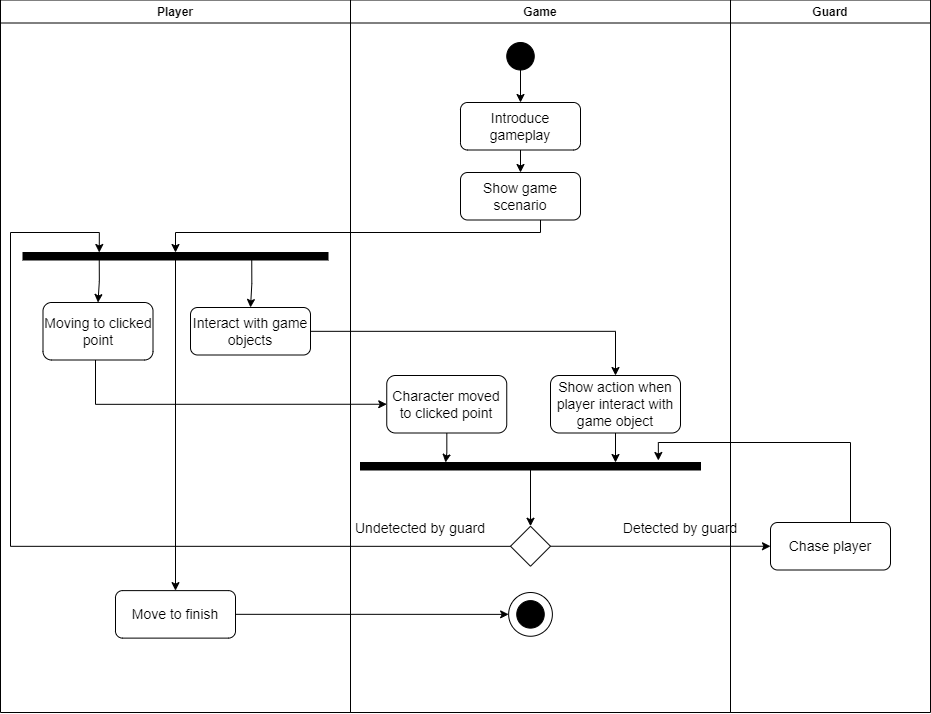
johannfac/A-Lone-Burglar keeps this draw.io diagram as activity diagram.png. Above is the earlier version. Source tidied: cells renumbered, new cells last; positions are measured from the earlier drawing's top-left corner, leaving out a move shared by most shapes.
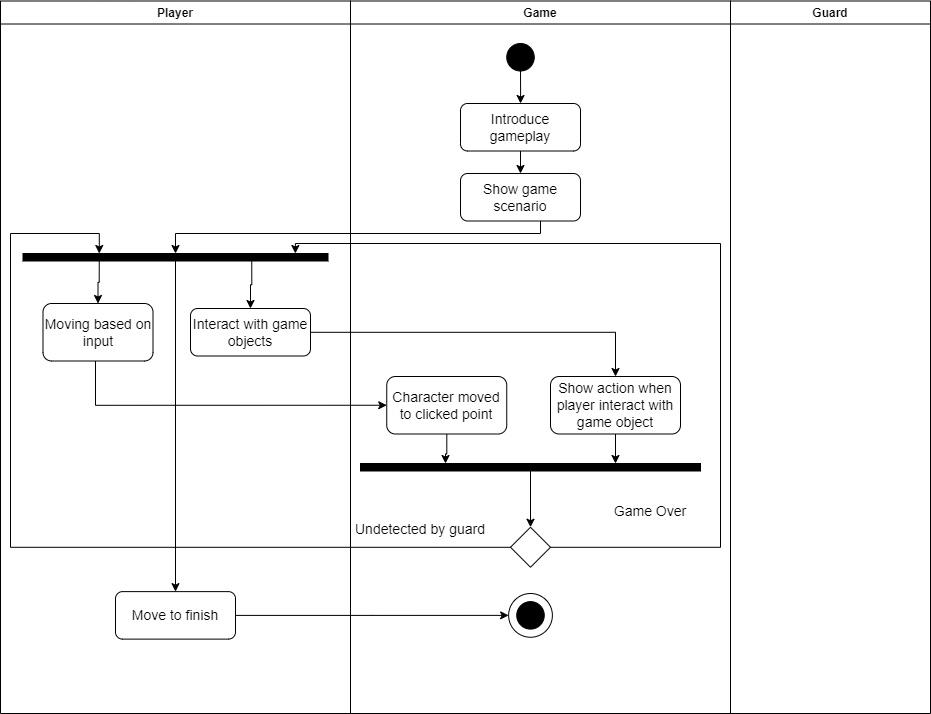
After the change.

Change to the diagram source:
```diff
@@ -5,7 +5,7 @@
     <mxCell id="2" value="Player" style="swimlane;fillColor=#FFFFFF;" parent="1" vertex="1">
       <mxGeometry y="-0.5" width="350" height="712.5" as="geometry" />
     </mxCell>
-    <mxCell id="3" value="&lt;font style=&quot;font-size: 14px;&quot;&gt;Moving to clicked point&lt;/font&gt;" style="rounded=1;whiteSpace=wrap;html=1;fillColor=#FFFFFF;" parent="2" vertex="1">
+    <mxCell id="3" value="&lt;font style=&quot;font-size: 14px;&quot;&gt;Moving based on input&lt;/font&gt;" style="rounded=1;whiteSpace=wrap;html=1;fillColor=#FFFFFF;" parent="2" vertex="1">
       <mxGeometry x="42.5" y="302.5" width="110" height="57.5" as="geometry" />
     </mxCell>
     <mxCell id="4" style="rounded=0;whiteSpace=wrap;html=1;fillColor=#000000;" parent="2" vertex="1">
@@ -63,8 +63,8 @@
     <mxCell id="20" value="&lt;font style=&quot;font-size: 14px;&quot;&gt;Character moved to clicked point&lt;/font&gt;" style="rounded=1;whiteSpace=wrap;html=1;fillColor=#FFFFFF;" parent="10" vertex="1">
       <mxGeometry x="36.2" y="375.5" width="120" height="57.5" as="geometry" />
     </mxCell>
-    <mxCell id="21" value="&lt;font style=&quot;font-size: 14px;&quot;&gt;Detected by guard&lt;/font&gt;" style="text;html=1;strokeColor=none;fillColor=none;align=center;verticalAlign=middle;whiteSpace=wrap;rounded=0;" parent="10" vertex="1">
-      <mxGeometry x="260" y="512.5" width="140" height="32.5" as="geometry" />
+    <mxCell id="21" value="&lt;font style=&quot;font-size: 14px;&quot;&gt;Game Over&lt;/font&gt;" style="text;html=1;strokeColor=none;fillColor=none;align=center;verticalAlign=middle;whiteSpace=wrap;rounded=0;" parent="10" vertex="1">
+      <mxGeometry x="230" y="493.8" width="140" height="32.5" as="geometry" />
     </mxCell>
     <mxCell id="22" style="rhombus;whiteSpace=wrap;html=1;fillColor=#FFFFFF;" parent="10" vertex="1">
       <mxGeometry x="160" y="526.2" width="40" height="40" as="geometry" />
@@ -84,9 +84,6 @@
     <mxCell id="27" value="Guard" style="swimlane;fillColor=#FFFFFF;" parent="1" vertex="1">
       <mxGeometry x="730" y="-0.5" width="200" height="712.5" as="geometry" />
     </mxCell>
-    <mxCell id="28" value="&lt;font style=&quot;font-size: 14px;&quot;&gt;Chase player&lt;/font&gt;" style="rounded=1;whiteSpace=wrap;html=1;fillColor=#FFFFFF;" parent="27" vertex="1">
-      <mxGeometry x="40" y="522.5" width="120" height="47.5" as="geometry" />
-    </mxCell>
     <mxCell id="29" style="edgeStyle=orthogonalEdgeStyle;rounded=0;jettySize=auto;html=1;entryX=0.5;entryY=0;entryDx=0;entryDy=0;" parent="1" edge="1" source="16" target="4">
       <mxGeometry relative="1" as="geometry">
         <Array as="points">
@@ -105,17 +102,6 @@
         </Array>
       </mxGeometry>
     </mxCell>
-    <mxCell id="32" style="edgeStyle=orthogonalEdgeStyle;rounded=0;jettySize=auto;html=1;entryX=0;entryY=0.5;entryDx=0;entryDy=0;" parent="1" edge="1" source="22" target="28">
-      <mxGeometry relative="1" as="geometry" />
-    </mxCell>
-    <mxCell id="33" style="edgeStyle=orthogonalEdgeStyle;rounded=0;jettySize=auto;html=1;entryX=0.876;entryY=-0.267;entryDx=0;entryDy=0;entryPerimeter=0;" parent="1" edge="1" source="28" target="24">
-      <mxGeometry relative="1" as="geometry">
-        <Array as="points">
-          <mxPoint x="850" y="442" />
-          <mxPoint x="658" y="442" />
-        </Array>
-      </mxGeometry>
-    </mxCell>
     <mxCell id="34" style="edgeStyle=orthogonalEdgeStyle;rounded=0;jettySize=auto;html=1;entryX=0.25;entryY=0;entryDx=0;entryDy=0;" parent="1" edge="1" source="22" target="4">
       <mxGeometry relative="1" as="geometry">
         <Array as="points">
@@ -128,5 +114,14 @@
     <mxCell id="35" style="edgeStyle=orthogonalEdgeStyle;rounded=0;jettySize=auto;html=1;entryX=0;entryY=0.5;entryDx=0;entryDy=0;" parent="1" edge="1" source="8" target="11">
       <mxGeometry relative="1" as="geometry" />
     </mxCell>
+    <mxCell id="32" style="edgeStyle=orthogonalEdgeStyle;rounded=0;jettySize=auto;html=1;entryX=0.893;entryY=0;entryDx=0;entryDy=0;entryPerimeter=0;" parent="1" edge="1" source="22" target="4">
+      <mxGeometry relative="1" as="geometry">
+        <Array as="points">
+          <mxPoint x="720" y="546" />
+          <mxPoint x="720" y="242" />
+          <mxPoint x="295" y="242" />
+        </Array>
+      </mxGeometry>
+    </mxCell>
   </root>
 </mxGraphModel>
```
